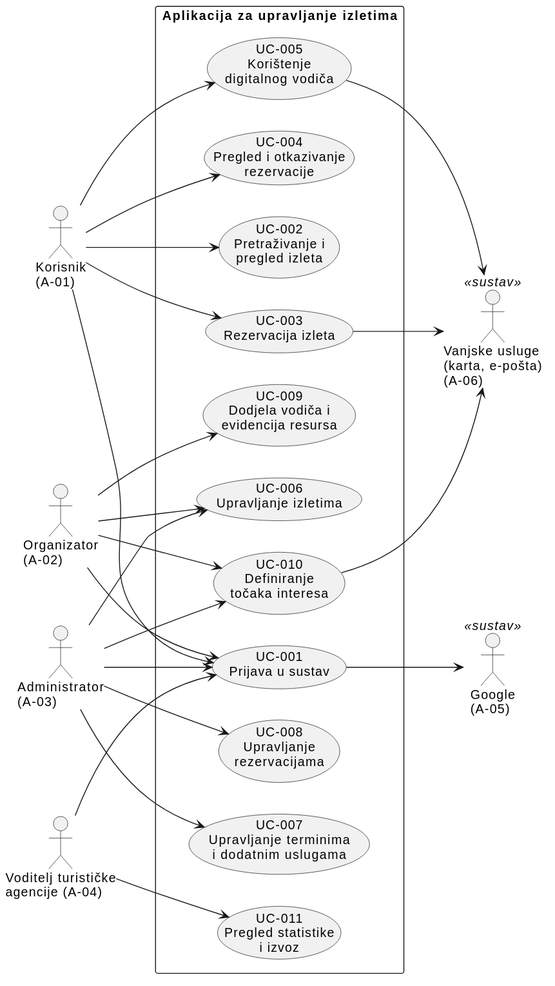
Earlier version of the PlantUML export docs/assets/diagrams/3-1-sustav-UC.svg (ivan-domljanovic/proinz-G11-3).
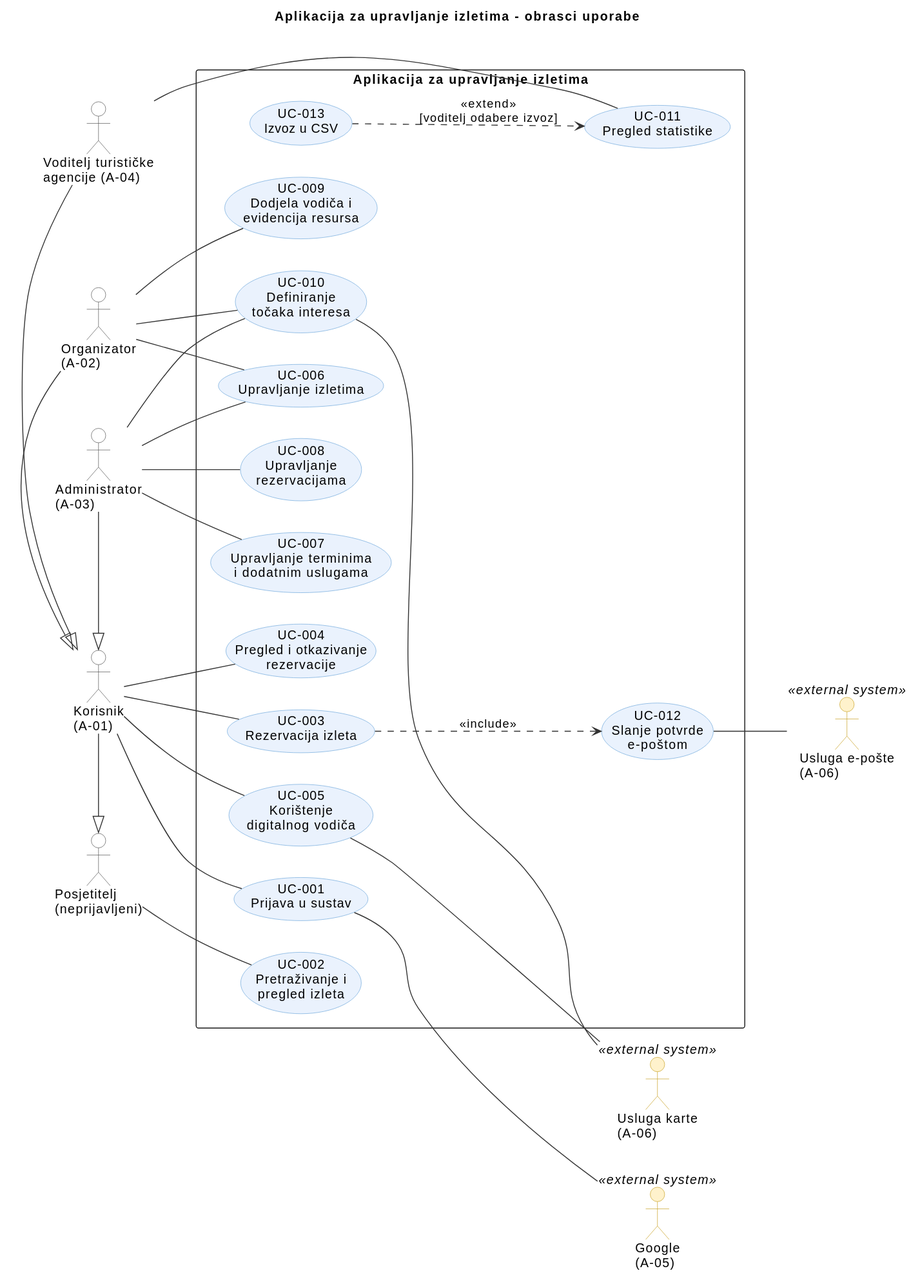
Above is the later version.

Diff of the diagram source:
```diff
@@ -1,19 +1,37 @@
 @startuml
+title Aplikacija za upravljanje izletima - obrasci uporabe
 left to right direction
 skinparam packageStyle rectangle
+skinparam usecase {
+  BackgroundColor #EAF2FD
+  BorderColor #6FA8DC
+}
+skinparam shadowing false
+skinparam ArrowColor #333333
+skinparam actor {
+  BackgroundColor #FFFFFF
+  BorderColor #555555
+}
+skinparam actor<<external system>> {
+  BackgroundColor #FFF2CC
+  BorderColor #C9A227
+}
 
+actor "Posjetitelj\n(neprijavljeni)" as P
 actor "Korisnik\n(A-01)" as K
 actor "Organizator\n(A-02)" as O
 actor "Administrator\n(A-03)" as A
 actor "Voditelj turističke\nagencije (A-04)" as V
 
-actor "Google\n(A-05)" as G <<sustav>>
-actor "Vanjske usluge\n(karta, e-pošta)\n(A-06)" as VU <<sustav>>
+actor "Google\n(A-05)" as G <<external system>>
+actor "Usluga e-pošte\n(A-06)" as E <<external system>>
+actor "Usluga karte\n(A-06)" as M <<external system>>
 
 rectangle "Aplikacija za upravljanje izletima" {
   usecase "UC-001\nPrijava u sustav" as UC1
   usecase "UC-002\nPretraživanje i\npregled izleta" as UC2
   usecase "UC-003\nRezervacija izleta" as UC3
+  usecase "UC-012\nSlanje potvrde\ne-poštom" as UC12
   usecase "UC-004\nPregled i otkazivanje\nrezervacije" as UC4
   usecase "UC-005\nKorištenje\ndigitalnog vodiča" as UC5
   usecase "UC-006\nUpravljanje izletima" as UC6
@@ -21,31 +39,34 @@
   usecase "UC-008\nUpravljanje\nrezervacijama" as UC8
   usecase "UC-009\nDodjela vodiča i\nevidencija resursa" as UC9
   usecase "UC-010\nDefiniranje\ntočaka interesa" as UC10
-  usecase "UC-011\nPregled statistike\ni izvoz" as UC11
+  usecase "UC-011\nPregled statistike" as UC11
+  usecase "UC-013\nIzvoz u CSV" as UC13
 }
 
-K --> UC1
-K --> UC2
-K --> UC3
-K --> UC4
-K --> UC5
+K -|> P
+O -|> K
+A -|> K
+V -|> K
 
-O --> UC1
-O --> UC6
-O --> UC9
-O --> UC10
+P -- UC2
+K -- UC1
+K -- UC3
+K -- UC4
+K -- UC5
+O -- UC6
+O -- UC9
+O -- UC10
+A -- UC6
+A -- UC7
+A -- UC8
+A -- UC10
+V -- UC11
 
-A --> UC1
-A --> UC6
-A --> UC7
-A --> UC8
-A --> UC10
+UC3 ..> UC12 : <<include>>
+UC13 ..> UC11 : <<extend>>\n[voditelj odabere izvoz]
 
-V --> UC1
-V --> UC11
-
-UC1 --> G
-UC3 --> VU
-UC5 --> VU
-UC10 --> VU
+UC1 -- G
+UC12 -- E
+UC5 -- M
+UC10 -- M
 @enduml
```
